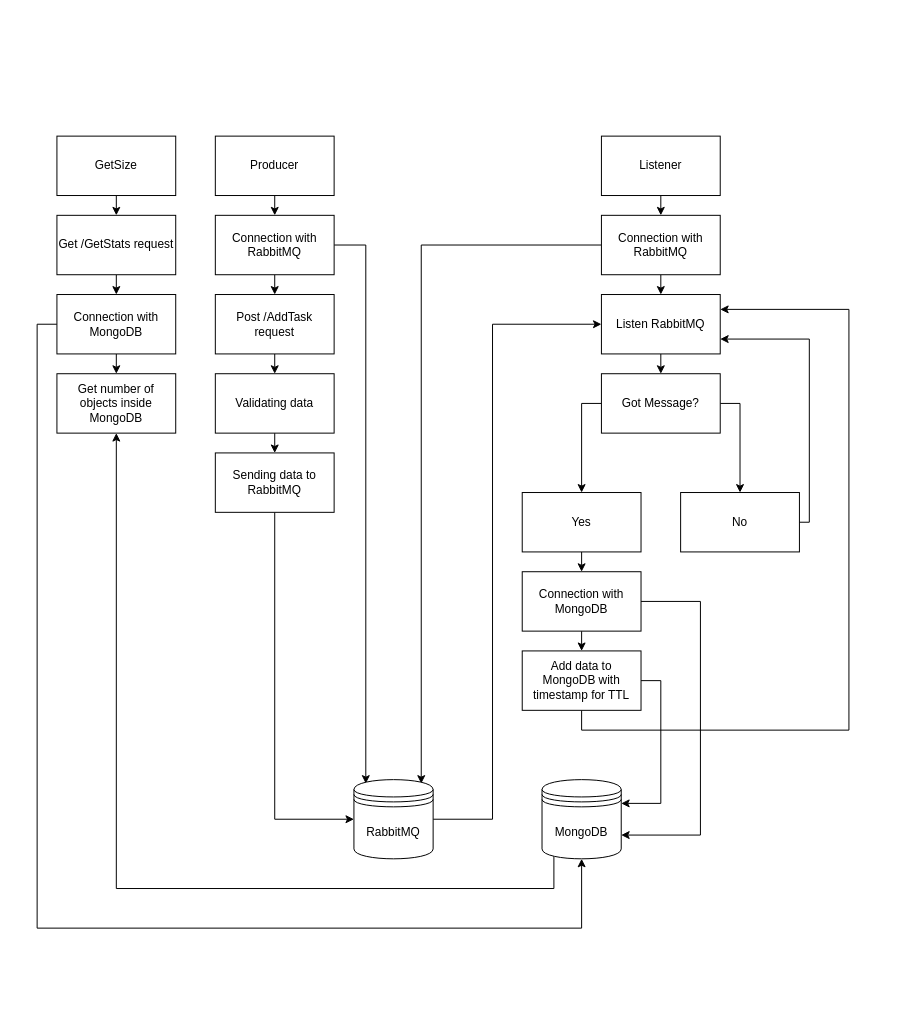
This is docs/docs.drawio from KDworakowski/3apps, a draw.io file, before an edit. Source tidied: cells renumbered, new cells numbered last; positions are measured from the earlier drawing's top-left corner, leaving out a move shared by most shapes. Both pictures are drawn from the tidied source at 99%, with x=0, y=0 at pixel (37, 136).
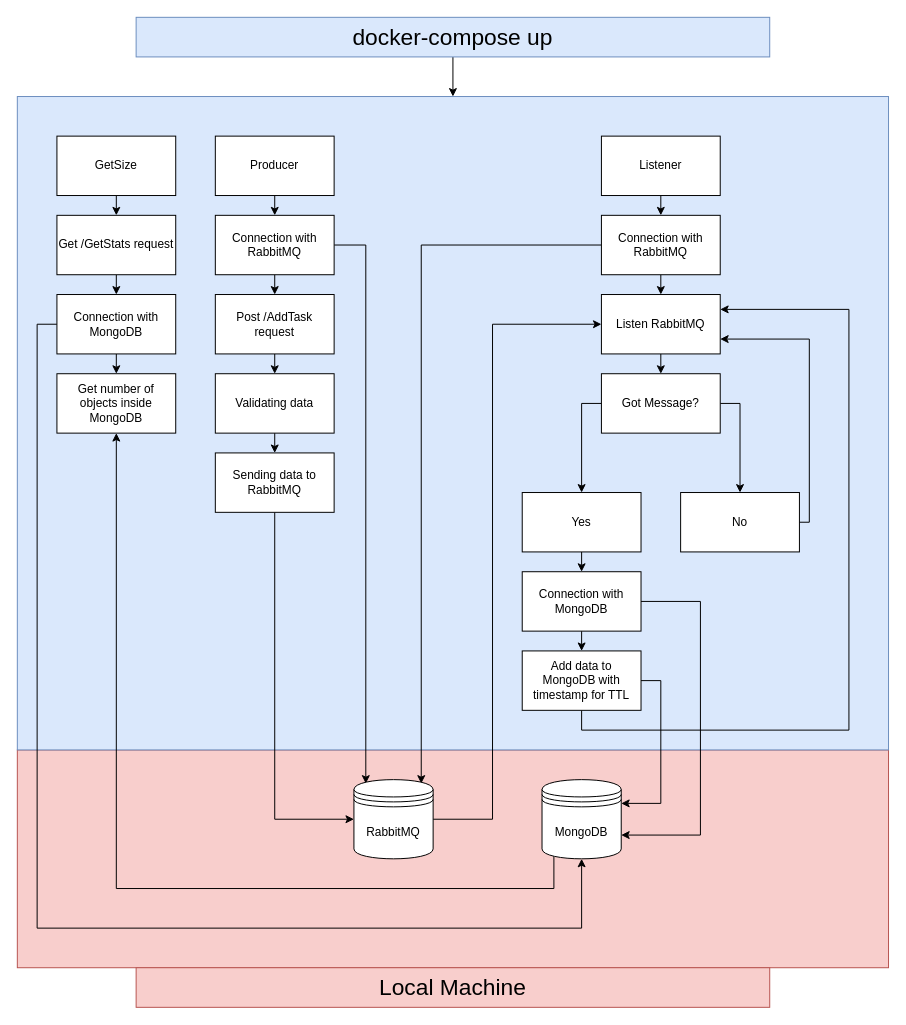
Above is the later version.

Commit message (it also covers changes not shown here):
This is why git rebase is a horrible horrible thing.

The edit, as a diff of the source:
```diff
@@
+    <mxCell id="45" style="rounded=0;whiteSpace=wrap;html=1;fontSize=23;fillColor=#f8cecc;strokeColor=#b85450;" parent="1" vertex="1">
+      <mxGeometry x="-20" y="620" width="880" height="220" as="geometry" />
+    </mxCell>
+    <mxCell id="46" style="rounded=0;whiteSpace=wrap;html=1;fillColor=#dae8fc;strokeColor=#6c8ebf;" parent="1" vertex="1">
+      <mxGeometry x="-20" y="-40" width="880" height="660" as="geometry" />
+    </mxCell>
@@
+    <mxCell id="47" style="edgeStyle=orthogonalEdgeStyle;rounded=0;jettySize=auto;html=1;exitX=0.5;exitY=1;exitDx=0;exitDy=0;entryX=0.5;entryY=0;entryDx=0;entryDy=0;" parent="1" edge="1" source="48" target="46">
+      <mxGeometry relative="1" as="geometry" />
+    </mxCell>
+    <mxCell id="48" value="&lt;font style=&quot;font-size: 23px;&quot;&gt;docker-compose up&lt;/font&gt;" style="rounded=0;whiteSpace=wrap;html=1;fillColor=#dae8fc;strokeColor=#6c8ebf;" parent="1" vertex="1">
+      <mxGeometry x="100" y="-120" width="640" height="40" as="geometry" />
+    </mxCell>
+    <mxCell id="49" value="&lt;font style=&quot;font-size: 23px;&quot;&gt;Local Machine&lt;/font&gt;" style="rounded=0;whiteSpace=wrap;html=1;fillColor=#f8cecc;strokeColor=#b85450;" parent="1" vertex="1">
+      <mxGeometry x="100" y="840" width="640" height="40" as="geometry" />
+    </mxCell>
```
